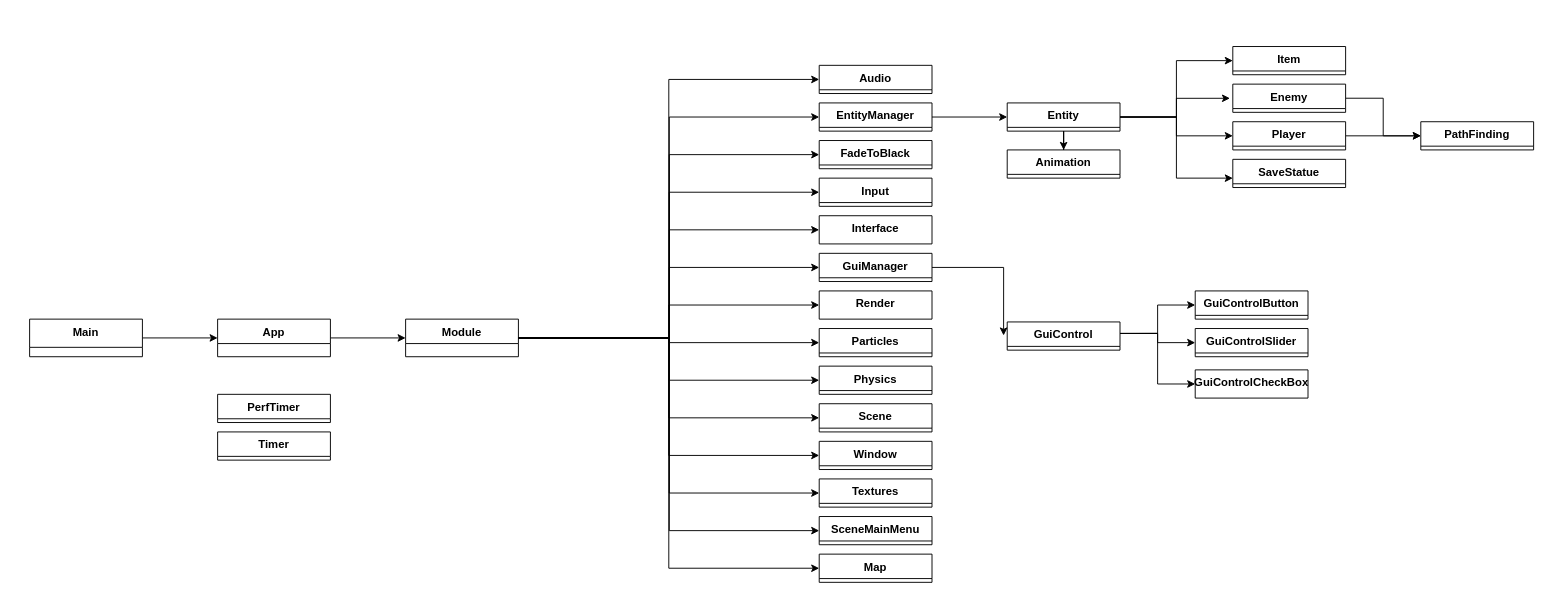
The draw.io diagram Manual/TDD.drawio in SouthWest-Studios/Suregs-Mask, before the edit. Source tidied: cells renumbered, new cells numbered last; positions are measured from the earlier drawing's top-left corner, leaving out a move shared by most shapes. Both pictures are drawn from the tidied source at 94%, with x=0, y=0 at pixel (29, 46).
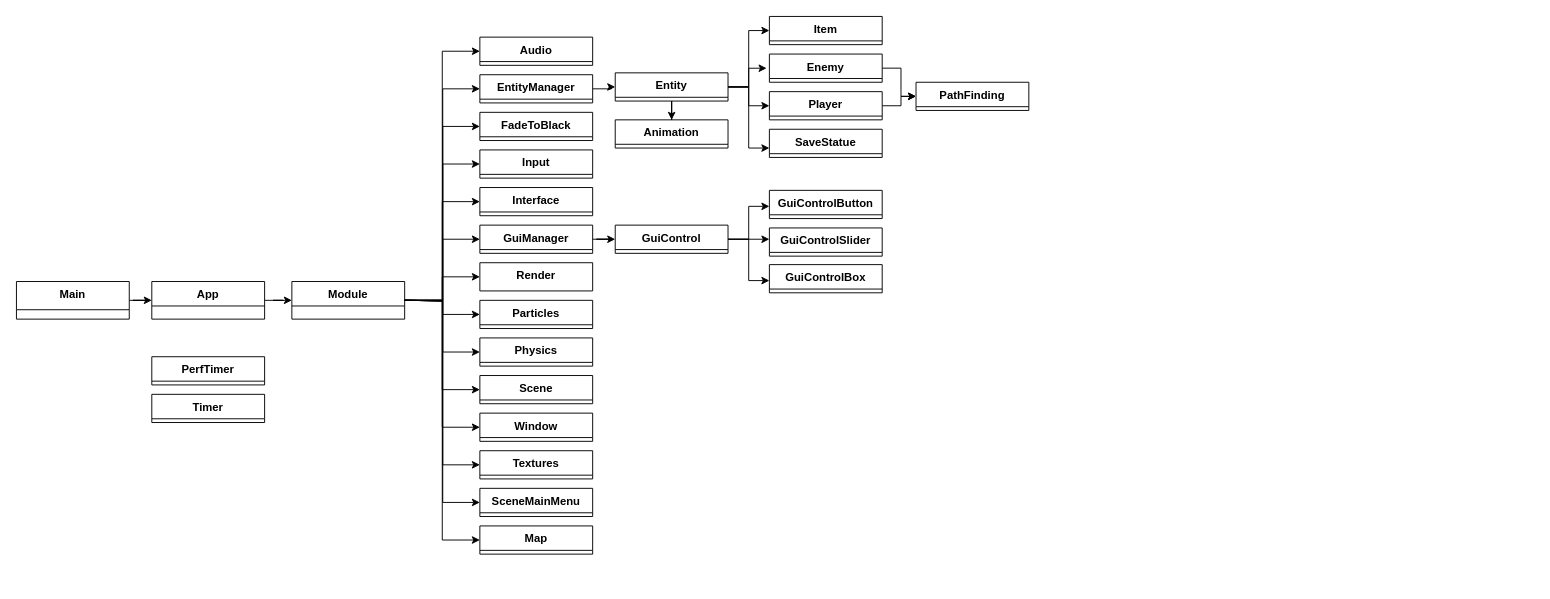
Above is the later version.

Diff of the diagram source:
```diff
@@
     <mxCell id="4" value="App&lt;div&gt;&lt;br&gt;&lt;/div&gt;" style="swimlane;fontStyle=1;align=center;verticalAlign=top;horizontal=1;startSize=26;whiteSpace=wrap;html=1;" parent="1" vertex="1" collapsed="1">
-      <mxGeometry x="200" y="290" width="120" height="40" as="geometry" />
+      <mxGeometry x="130" y="250" width="120" height="40" as="geometry" />
     </mxCell>
@@
     <mxCell id="6" value="&lt;div&gt;Main&lt;/div&gt;" style="swimlane;fontStyle=1;align=center;verticalAlign=top;horizontal=1;startSize=30;whiteSpace=wrap;html=1;" parent="1" vertex="1" collapsed="1">
-      <mxGeometry y="290" width="120" height="40" as="geometry" />
+      <mxGeometry x="-14" y="250" width="120" height="40" as="geometry" />
     </mxCell>
     <mxCell id="7" value="&lt;div&gt;Audio&lt;/div&gt;" style="swimlane;fontStyle=1;align=center;verticalAlign=top;horizontal=1;startSize=26;whiteSpace=wrap;html=1;" parent="1" vertex="1" collapsed="1">
-      <mxGeometry x="840" y="20" width="120" height="30" as="geometry" />
+      <mxGeometry x="479" y="-10" width="120" height="30" as="geometry" />
     </mxCell>
@@
     <mxCell id="9" value="&lt;div&gt;EntityManager&lt;/div&gt;" style="swimlane;fontStyle=1;align=center;verticalAlign=top;horizontal=1;startSize=26;whiteSpace=wrap;html=1;" parent="1" vertex="1" collapsed="1">
-      <mxGeometry x="840" y="60" width="120" height="30" as="geometry" />
+      <mxGeometry x="479" y="30" width="120" height="30" as="geometry" />
     </mxCell>
     <mxCell id="10" value="&lt;div&gt;FadeToBlack&lt;/div&gt;" style="swimlane;fontStyle=1;align=center;verticalAlign=top;horizontal=1;startSize=26;whiteSpace=wrap;html=1;" parent="1" vertex="1" collapsed="1">
-      <mxGeometry x="840" y="100" width="120" height="30" as="geometry" />
+      <mxGeometry x="479" y="70" width="120" height="30" as="geometry" />
     </mxCell>
-    <mxCell id="11" style="edgeStyle=orthogonalEdgeStyle;rounded=0;jettySize=auto;html=1;entryX=0;entryY=0.5;entryDx=0;entryDy=0;exitX=1.001;exitY=0.408;exitDx=0;exitDy=0;exitPerimeter=0;" parent="1" edge="1" source="39" target="36">
-      <mxGeometry relative="1" as="geometry" />
-    </mxCell>
-    <mxCell id="12" style="edgeStyle=orthogonalEdgeStyle;rounded=0;jettySize=auto;html=1;entryX=0;entryY=0.5;entryDx=0;entryDy=0;exitX=1;exitY=0.407;exitDx=0;exitDy=0;exitPerimeter=0;" parent="1" edge="1" source="39" target="38">
-      <mxGeometry relative="1" as="geometry" />
-    </mxCell>
-    <mxCell id="13" style="edgeStyle=orthogonalEdgeStyle;rounded=0;jettySize=auto;html=1;entryX=0;entryY=0.5;entryDx=0;entryDy=0;exitX=0.999;exitY=0.408;exitDx=0;exitDy=0;exitPerimeter=0;" parent="1" edge="1" source="39" target="37">
-      <mxGeometry relative="1" as="geometry" />
-    </mxCell>
     <mxCell id="14" value="&lt;div&gt;GuiManager&lt;/div&gt;" style="swimlane;fontStyle=1;align=center;verticalAlign=top;horizontal=1;startSize=26;whiteSpace=wrap;html=1;" parent="1" vertex="1" collapsed="1">
-      <mxGeometry x="840" y="220" width="120" height="30" as="geometry" />
+      <mxGeometry x="479" y="190" width="120" height="30" as="geometry" />
     </mxCell>
     <mxCell id="15" value="&lt;div&gt;Input&lt;/div&gt;" style="swimlane;fontStyle=1;align=center;verticalAlign=top;horizontal=1;startSize=26;whiteSpace=wrap;html=1;" parent="1" vertex="1" collapsed="1">
-      <mxGeometry x="840" y="140" width="120" height="30" as="geometry" />
+      <mxGeometry x="479" y="110" width="120" height="30" as="geometry" />
     </mxCell>
-    <mxCell id="16" value="&lt;div&gt;Interface&lt;/div&gt;" style="swimlane;fontStyle=1;align=center;verticalAlign=top;horizontal=1;startSize=0;whiteSpace=wrap;html=1;" parent="1" vertex="1" collapsed="1">
-      <mxGeometry x="840" y="180" width="120" height="30" as="geometry" />
-    </mxCell>
+    <mxCell id="60" style="edgeStyle=orthogonalEdgeStyle;rounded=0;jettySize=auto;html=1;entryX=0;entryY=0.5;entryDx=0;entryDy=0;" parent="1" edge="1" source="17" target="16">
+      <mxGeometry relative="1" as="geometry" />
+    </mxCell>
     <mxCell id="17" value="&lt;div&gt;Module&lt;/div&gt;" style="swimlane;fontStyle=1;align=center;verticalAlign=top;horizontal=1;startSize=26;whiteSpace=wrap;html=1;" parent="1" vertex="1" collapsed="1">
-      <mxGeometry x="400" y="290" width="120" height="40" as="geometry" />
+      <mxGeometry x="279" y="250" width="120" height="40" as="geometry" />
     </mxCell>
     <mxCell id="18" value="&lt;div&gt;Particles&lt;/div&gt;" style="swimlane;fontStyle=1;align=center;verticalAlign=top;horizontal=1;startSize=26;whiteSpace=wrap;html=1;" parent="1" vertex="1" collapsed="1">
-      <mxGeometry x="840" y="300" width="120" height="30" as="geometry" />
+      <mxGeometry x="479" y="270" width="120" height="30" as="geometry" />
     </mxCell>
     <mxCell id="19" value="&lt;div&gt;PathFinding&lt;/div&gt;" style="swimlane;fontStyle=1;align=center;verticalAlign=top;horizontal=1;startSize=26;whiteSpace=wrap;html=1;" parent="1" vertex="1" collapsed="1">
-      <mxGeometry x="1480" y="80" width="120" height="30" as="geometry" />
+      <mxGeometry x="943" y="38" width="120" height="30" as="geometry" />
     </mxCell>
     <mxCell id="20" value="&lt;div&gt;Physics&lt;/div&gt;" style="swimlane;fontStyle=1;align=center;verticalAlign=top;horizontal=1;startSize=26;whiteSpace=wrap;html=1;" parent="1" vertex="1" collapsed="1">
-      <mxGeometry x="840" y="340" width="120" height="30" as="geometry" />
+      <mxGeometry x="479" y="310" width="120" height="30" as="geometry" />
     </mxCell>
     <mxCell id="21" value="&lt;div&gt;Render&lt;/div&gt;" style="swimlane;fontStyle=1;align=center;verticalAlign=top;horizontal=1;startSize=30;whiteSpace=wrap;html=1;" parent="1" vertex="1" collapsed="1">
-      <mxGeometry x="840" y="260" width="120" height="30" as="geometry" />
+      <mxGeometry x="479" y="230" width="120" height="30" as="geometry" />
     </mxCell>
     <mxCell id="22" value="&lt;div&gt;Scene&lt;/div&gt;" style="swimlane;fontStyle=1;align=center;verticalAlign=top;horizontal=1;startSize=26;whiteSpace=wrap;html=1;" parent="1" vertex="1" collapsed="1">
-      <mxGeometry x="840" y="380" width="120" height="30" as="geometry" />
+      <mxGeometry x="479" y="350" width="120" height="30" as="geometry" />
     </mxCell>
     <mxCell id="23" value="&lt;div&gt;SceneMainMenu&lt;/div&gt;" style="swimlane;fontStyle=1;align=center;verticalAlign=top;horizontal=1;startSize=26;whiteSpace=wrap;html=1;" parent="1" vertex="1" collapsed="1">
-      <mxGeometry x="840" y="500" width="120" height="30" as="geometry" />
+      <mxGeometry x="479" y="470" width="120" height="30" as="geometry" />
     </mxCell>
     <mxCell id="24" value="&lt;div&gt;Textures&lt;/div&gt;" style="swimlane;fontStyle=1;align=center;verticalAlign=top;horizontal=1;startSize=26;whiteSpace=wrap;html=1;" parent="1" vertex="1" collapsed="1">
-      <mxGeometry x="840" y="460" width="120" height="30" as="geometry" />
+      <mxGeometry x="479" y="430" width="120" height="30" as="geometry" />
     </mxCell>
     <mxCell id="25" value="&lt;div&gt;Window&lt;/div&gt;" style="swimlane;fontStyle=1;align=center;verticalAlign=top;horizontal=1;startSize=26;whiteSpace=wrap;html=1;" parent="1" vertex="1" collapsed="1">
-      <mxGeometry x="840" y="420" width="120" height="30" as="geometry" />
+      <mxGeometry x="479" y="390" width="120" height="30" as="geometry" />
     </mxCell>
     <mxCell id="26" value="&lt;div&gt;Timer&lt;/div&gt;" style="swimlane;fontStyle=1;align=center;verticalAlign=top;horizontal=1;startSize=26;whiteSpace=wrap;html=1;" parent="1" vertex="1" collapsed="1">
-      <mxGeometry x="200" y="410" width="120" height="30" as="geometry" />
+      <mxGeometry x="130" y="370" width="120" height="30" as="geometry" />
     </mxCell>
     <mxCell id="27" value="&lt;div&gt;PerfTimer&lt;/div&gt;" style="swimlane;fontStyle=1;align=center;verticalAlign=top;horizontal=1;startSize=26;whiteSpace=wrap;html=1;" parent="1" vertex="1" collapsed="1">
-      <mxGeometry x="200" y="370" width="120" height="30" as="geometry" />
+      <mxGeometry x="130" y="330" width="120" height="30" as="geometry" />
     </mxCell>
     <mxCell id="28" value="&lt;div&gt;Map&lt;/div&gt;" style="swimlane;fontStyle=1;align=center;verticalAlign=top;horizontal=1;startSize=26;whiteSpace=wrap;html=1;" parent="1" vertex="1" collapsed="1">
-      <mxGeometry x="840" y="540" width="120" height="30" as="geometry" />
+      <mxGeometry x="479" y="510" width="120" height="30" as="geometry" />
     </mxCell>
     <mxCell id="29" value="&lt;div&gt;Animation&lt;/div&gt;" style="swimlane;fontStyle=1;align=center;verticalAlign=top;horizontal=1;startSize=26;whiteSpace=wrap;html=1;" parent="1" vertex="1" collapsed="1">
-      <mxGeometry x="1040" y="110" width="120" height="30" as="geometry" />
+      <mxGeometry x="623" y="78" width="120" height="30" as="geometry" />
     </mxCell>
     <mxCell id="30" value="&lt;div&gt;SaveStatue&lt;/div&gt;" style="swimlane;fontStyle=1;align=center;verticalAlign=top;horizontal=1;startSize=26;whiteSpace=wrap;html=1;" parent="1" vertex="1" collapsed="1">
-      <mxGeometry x="1280" y="120" width="120" height="30" as="geometry" />
+      <mxGeometry x="787" y="88" width="120" height="30" as="geometry" />
     </mxCell>
     <mxCell id="31" value="Item" style="swimlane;fontStyle=1;align=center;verticalAlign=top;horizontal=1;startSize=26;whiteSpace=wrap;html=1;" parent="1" vertex="1" collapsed="1">
-      <mxGeometry x="1280" width="120" height="30" as="geometry" />
+      <mxGeometry x="787" y="-32" width="120" height="30" as="geometry" />
     </mxCell>
@@
     <mxCell id="35" value="Entity" style="swimlane;fontStyle=1;align=center;verticalAlign=top;horizontal=1;startSize=26;whiteSpace=wrap;html=1;" parent="1" vertex="1" collapsed="1">
-      <mxGeometry x="1040" y="60" width="120" height="30" as="geometry" />
+      <mxGeometry x="623" y="28" width="120" height="30" as="geometry" />
     </mxCell>
     <mxCell id="36" value="&lt;div&gt;GuiControlSlider&lt;/div&gt;" style="swimlane;fontStyle=1;align=center;verticalAlign=top;horizontal=1;startSize=26;whiteSpace=wrap;html=1;" parent="1" vertex="1" collapsed="1">
-      <mxGeometry x="1240" y="300" width="120" height="30" as="geometry" />
+      <mxGeometry x="787" y="193" width="120" height="30" as="geometry" />
     </mxCell>
-    <mxCell id="37" value="&lt;div&gt;GuiControlCheckBox&lt;/div&gt;" style="swimlane;fontStyle=1;align=center;verticalAlign=top;horizontal=1;startSize=0;whiteSpace=wrap;html=1;" parent="1" vertex="1" collapsed="1">
-      <mxGeometry x="1240" y="344" width="120" height="30" as="geometry" />
-    </mxCell>
     <mxCell id="38" value="&lt;div&gt;GuiControlButton&lt;/div&gt;" style="swimlane;fontStyle=1;align=center;verticalAlign=top;horizontal=1;startSize=26;whiteSpace=wrap;html=1;" parent="1" vertex="1" collapsed="1">
-      <mxGeometry x="1240" y="260" width="120" height="30" as="geometry" />
+      <mxGeometry x="787" y="153" width="120" height="30" as="geometry" />
     </mxCell>
     <mxCell id="39" value="GuiControl" style="swimlane;fontStyle=1;align=center;verticalAlign=top;horizontal=1;startSize=26;whiteSpace=wrap;html=1;" parent="1" vertex="1" collapsed="1">
-      <mxGeometry x="1040" y="293" width="120" height="30" as="geometry" />
+      <mxGeometry x="623" y="190" width="120" height="30" as="geometry" />
     </mxCell>
@@
     <mxCell id="41" value="&lt;div&gt;Enemy&lt;/div&gt;" style="swimlane;fontStyle=1;align=center;verticalAlign=top;horizontal=1;startSize=26;whiteSpace=wrap;html=1;" parent="1" vertex="1" collapsed="1">
-      <mxGeometry x="1280" y="40" width="120" height="30" as="geometry" />
+      <mxGeometry x="787" y="8" width="120" height="30" as="geometry" />
     </mxCell>
-    <mxCell id="42" style="edgeStyle=orthogonalEdgeStyle;rounded=0;jettySize=auto;html=1;" parent="1" edge="1" source="43">
-      <mxGeometry relative="1" as="geometry">
-        <mxPoint x="1480" y="95" as="targetPoint" />
-      </mxGeometry>
-    </mxCell>
+    <mxCell id="61" style="edgeStyle=orthogonalEdgeStyle;rounded=0;jettySize=auto;html=1;entryX=0;entryY=0.5;entryDx=0;entryDy=0;" parent="1" edge="1" source="43" target="19">
+      <mxGeometry relative="1" as="geometry" />
+    </mxCell>
     <mxCell id="43" value="&lt;div&gt;Player&lt;/div&gt;" style="swimlane;fontStyle=1;align=center;verticalAlign=top;horizontal=1;startSize=26;whiteSpace=wrap;html=1;" parent="1" vertex="1" collapsed="1">
-      <mxGeometry x="1280" y="80" width="120" height="30" as="geometry" />
+      <mxGeometry x="787" y="48" width="120" height="30" as="geometry" />
     </mxCell>
     <mxCell id="44" style="edgeStyle=orthogonalEdgeStyle;rounded=0;jettySize=auto;html=1;entryX=0;entryY=0.5;entryDx=0;entryDy=0;" parent="1" edge="1" target="9">
       <mxGeometry relative="1" as="geometry">
-        <mxPoint x="520" y="310" as="sourcePoint" />
+        <mxPoint x="399" y="270" as="sourcePoint" />
       </mxGeometry>
     </mxCell>
     <mxCell id="45" style="edgeStyle=orthogonalEdgeStyle;rounded=0;jettySize=auto;html=1;entryX=0;entryY=0.5;entryDx=0;entryDy=0;" parent="1" edge="1" target="10">
       <mxGeometry relative="1" as="geometry">
-        <mxPoint x="520" y="310" as="sourcePoint" />
+        <mxPoint x="399" y="270" as="sourcePoint" />
       </mxGeometry>
     </mxCell>
     <mxCell id="46" style="edgeStyle=orthogonalEdgeStyle;rounded=0;jettySize=auto;html=1;entryX=0;entryY=0.5;entryDx=0;entryDy=0;" parent="1" edge="1" target="15">
       <mxGeometry relative="1" as="geometry">
-        <mxPoint x="520" y="310" as="sourcePoint" />
+        <mxPoint x="399" y="270" as="sourcePoint" />
       </mxGeometry>
     </mxCell>
-    <mxCell id="47" style="edgeStyle=orthogonalEdgeStyle;rounded=0;jettySize=auto;html=1;entryX=0;entryY=0.5;entryDx=0;entryDy=0;" parent="1" edge="1" target="16">
-      <mxGeometry relative="1" as="geometry">
-        <mxPoint x="520" y="310" as="sourcePoint" />
-      </mxGeometry>
-    </mxCell>
     <mxCell id="48" style="edgeStyle=orthogonalEdgeStyle;rounded=0;jettySize=auto;html=1;entryX=0;entryY=0.5;entryDx=0;entryDy=0;" parent="1" edge="1" target="14">
       <mxGeometry relative="1" as="geometry">
-        <mxPoint x="520" y="310" as="sourcePoint" />
+        <mxPoint x="399" y="270" as="sourcePoint" />
       </mxGeometry>
     </mxCell>
     <mxCell id="49" style="edgeStyle=orthogonalEdgeStyle;rounded=0;jettySize=auto;html=1;entryX=0;entryY=0.5;entryDx=0;entryDy=0;" parent="1" edge="1" target="18">
       <mxGeometry relative="1" as="geometry">
-        <mxPoint x="520" y="310" as="sourcePoint" />
+        <mxPoint x="399" y="270" as="sourcePoint" />
       </mxGeometry>
     </mxCell>
     <mxCell id="50" style="edgeStyle=orthogonalEdgeStyle;rounded=0;jettySize=auto;html=1;entryX=0;entryY=0.5;entryDx=0;entryDy=0;" parent="1" edge="1" target="20">
       <mxGeometry relative="1" as="geometry">
-        <mxPoint x="520" y="310" as="sourcePoint" />
+        <mxPoint x="399" y="270" as="sourcePoint" />
       </mxGeometry>
     </mxCell>
@@
     <mxCell id="54" style="edgeStyle=orthogonalEdgeStyle;rounded=0;jettySize=auto;html=1;entryX=0;entryY=0.5;entryDx=0;entryDy=0;" parent="1" edge="1" target="24">
       <mxGeometry relative="1" as="geometry">
-        <mxPoint x="520" y="310" as="sourcePoint" />
+        <mxPoint x="399" y="270" as="sourcePoint" />
       </mxGeometry>
     </mxCell>
     <mxCell id="55" style="edgeStyle=orthogonalEdgeStyle;rounded=0;jettySize=auto;html=1;entryX=0;entryY=0.5;entryDx=0;entryDy=0;" parent="1" edge="1" target="23">
       <mxGeometry relative="1" as="geometry">
-        <mxPoint x="520" y="310" as="sourcePoint" />
+        <mxPoint x="399" y="270" as="sourcePoint" />
       </mxGeometry>
     </mxCell>
@@
-    <mxCell id="57" style="edgeStyle=orthogonalEdgeStyle;rounded=0;jettySize=auto;html=1;entryX=-0.032;entryY=0.48;entryDx=0;entryDy=0;entryPerimeter=0;" parent="1" edge="1" source="14" target="39">
+    <mxCell id="57" style="edgeStyle=orthogonalEdgeStyle;rounded=0;jettySize=auto;html=1;entryX=0;entryY=0.5;entryDx=0;entryDy=0;" parent="1" edge="1" source="14" target="39">
       <mxGeometry relative="1" as="geometry" />
     </mxCell>
@@
+    <mxCell id="62" value="&lt;div&gt;GuiControlBox&lt;/div&gt;" style="swimlane;fontStyle=1;align=center;verticalAlign=top;horizontal=1;startSize=26;whiteSpace=wrap;html=1;" parent="1" vertex="1" collapsed="1">
+      <mxGeometry x="787" y="232" width="120" height="30" as="geometry" />
+    </mxCell>
+    <mxCell id="16" value="&lt;div&gt;Interface&lt;/div&gt;" style="swimlane;fontStyle=1;align=center;verticalAlign=top;horizontal=1;startSize=26;whiteSpace=wrap;html=1;" parent="1" vertex="1" collapsed="1">
+      <mxGeometry x="479" y="150" width="120" height="30" as="geometry" />
+    </mxCell>
+    <mxCell id="12" style="edgeStyle=orthogonalEdgeStyle;rounded=0;jettySize=auto;html=1;entryX=0;entryY=0.567;entryDx=0;entryDy=0;entryPerimeter=0;" parent="1" edge="1" source="39" target="38">
+      <mxGeometry relative="1" as="geometry" />
+    </mxCell>
+    <mxCell id="11" style="edgeStyle=orthogonalEdgeStyle;rounded=0;jettySize=auto;html=1;entryX=0;entryY=0.4;entryDx=0;entryDy=0;entryPerimeter=0;" parent="1" edge="1" source="39" target="36">
+      <mxGeometry relative="1" as="geometry" />
+    </mxCell>
+    <mxCell id="63" style="edgeStyle=orthogonalEdgeStyle;rounded=0;jettySize=auto;html=1;entryX=0;entryY=0.567;entryDx=0;entryDy=0;entryPerimeter=0;" parent="1" edge="1" source="39" target="62">
+      <mxGeometry relative="1" as="geometry" />
+    </mxCell>
```
